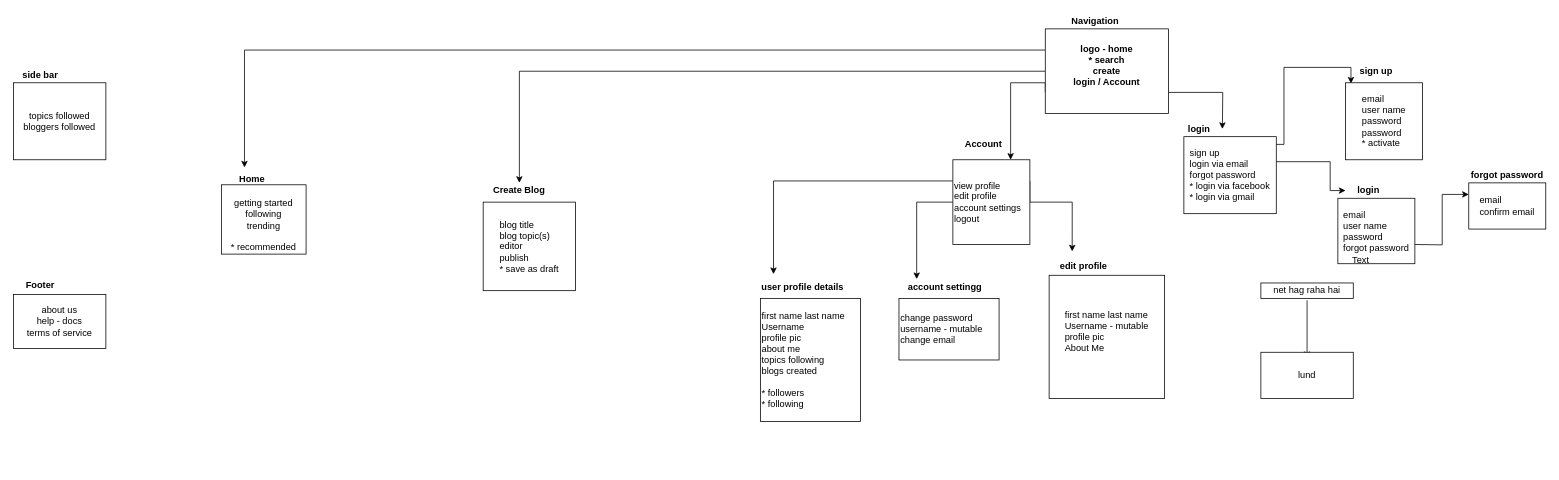
Earlier version of the draw.io diagram doc/first_Diagram.drawio (NikhilistRaj/blog-web-app). Source tidied: cells renumbered, new cells numbered last; positions are measured from the earlier drawing's top-left corner, leaving out a move shared by most shapes. Both pictures are drawn from the tidied source at 77%, with x=0, y=0 at pixel (13, 13).
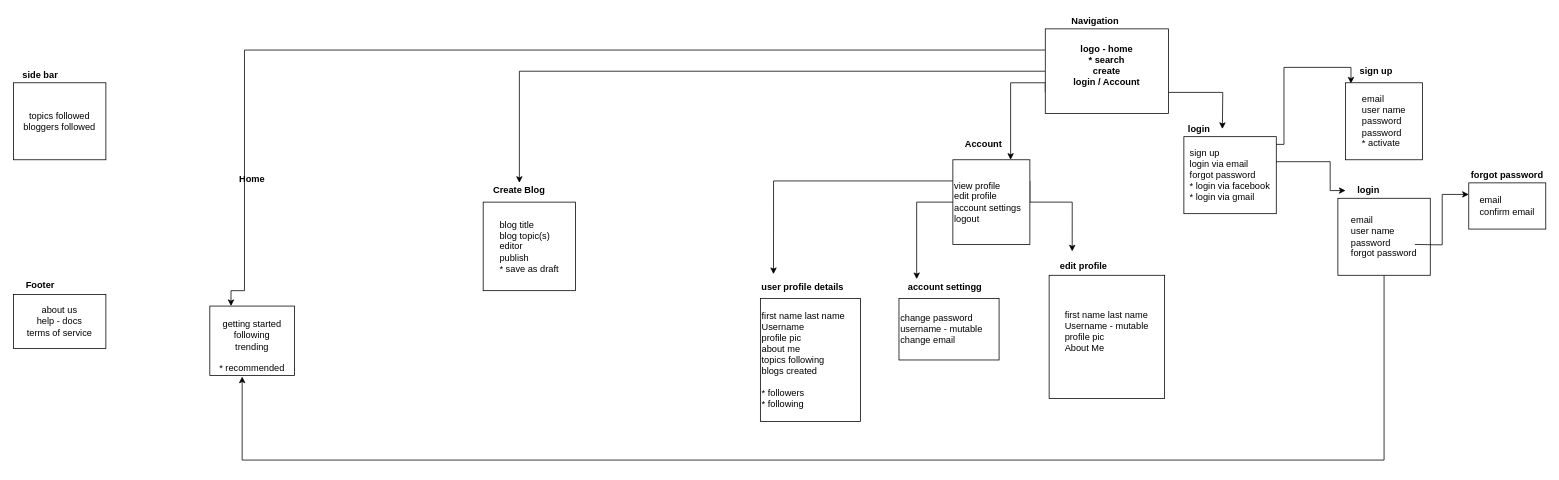
After the change.

Unchanged cells that the change refers to:
```xml
<mxCell id="6" value="&lt;div&gt;&lt;div&gt;&lt;b&gt;logo - home&lt;br&gt;&lt;/b&gt;&lt;/div&gt;&lt;div&gt;&lt;b&gt;* search&lt;/b&gt;&lt;/div&gt;&lt;/div&gt;&lt;div&gt;&lt;b&gt;create&lt;/b&gt;&lt;/div&gt;&lt;div&gt;&lt;b&gt;login / Account&lt;br&gt;&lt;/b&gt;&lt;/div&gt;&lt;div&gt;&lt;br&gt;&lt;/div&gt;" style="rounded=0;whiteSpace=wrap;html=1;" parent="1" vertex="1">
  <mxGeometry x="1340" y="20" width="160" height="110" as="geometry" />
</mxCell>
```

What changed in the source:
```diff
@@
-    <mxCell id="5" style="edgeStyle=orthogonalEdgeStyle;rounded=0;jettySize=auto;html=1;exitX=0;exitY=0.25;exitDx=0;exitDy=0;" parent="1" edge="1" source="6">
+    <mxCell id="5" style="edgeStyle=orthogonalEdgeStyle;rounded=0;jettySize=auto;html=1;exitX=0;exitY=0.25;exitDx=0;exitDy=0;entryX=0.25;entryY=0;entryDx=0;entryDy=0;" parent="1" edge="1" source="6" target="23">
       <mxGeometry relative="1" as="geometry">
-        <mxPoint x="300" y="200" as="targetPoint" />
         <Array as="points">
           <mxPoint x="300" y="48" />
+          <mxPoint x="300" y="360" />
+          <mxPoint x="283" y="360" />
         </Array>
       </mxGeometry>
     </mxCell>
@@
     <mxCell id="23" value="&lt;div&gt;&lt;br&gt;&lt;/div&gt;&lt;div&gt;getting started&lt;br&gt;&lt;/div&gt;&lt;div&gt;following&lt;/div&gt;&lt;div&gt;trending&lt;br&gt;&lt;/div&gt;&lt;div&gt;&lt;br&gt;&lt;/div&gt;&lt;div&gt;* recommended&lt;br&gt;&lt;/div&gt;" style="rounded=0;whiteSpace=wrap;html=1;align=center;" parent="1" vertex="1">
-      <mxGeometry x="270" y="222.5" width="110" height="90" as="geometry" />
+      <mxGeometry x="255" y="380" width="110" height="90" as="geometry" />
     </mxCell>
@@
+    <mxCell id="42" style="edgeStyle=orthogonalEdgeStyle;rounded=0;jettySize=auto;html=1;exitX=0.5;exitY=1;exitDx=0;exitDy=0;entryX=0.382;entryY=1.017;entryDx=0;entryDy=0;entryPerimeter=0;" parent="1" edge="1" source="28" target="23">
+      <mxGeometry relative="1" as="geometry">
+        <Array as="points">
+          <mxPoint x="1780" y="580" />
+          <mxPoint x="297" y="580" />
+        </Array>
+      </mxGeometry>
+    </mxCell>
     <mxCell id="28" value="&lt;div align=&quot;left&quot;&gt;email&lt;/div&gt;&lt;div align=&quot;left&quot;&gt;user name&lt;/div&gt;&lt;div align=&quot;left&quot;&gt;password&lt;/div&gt;&lt;div align=&quot;left&quot;&gt;forgot password&lt;br&gt;&lt;/div&gt;" style="rounded=0;whiteSpace=wrap;html=1;" parent="1" vertex="1">
-      <mxGeometry x="1720" y="240" width="100" height="85" as="geometry" />
+      <mxGeometry x="1720" y="240" width="120" height="100" as="geometry" />
     </mxCell>
@@
-    <mxCell id="38" value="net hag raha hai" style="whiteSpace=wrap;html=1;" parent="1" vertex="1">
-      <mxGeometry x="1620" y="350" width="120" height="20" as="geometry" />
-    </mxCell>
-    <mxCell id="39" value="Text" style="text;html=1;strokeColor=none;fillColor=none;align=center;verticalAlign=middle;whiteSpace=wrap;rounded=0;" parent="1" vertex="1">
-      <mxGeometry x="1730" y="310" width="40" height="20" as="geometry" />
-    </mxCell>
-    <mxCell id="40" style="endArrow=classic;html=1;" parent="1" edge="1">
-      <mxGeometry relative="1" as="geometry">
-        <mxPoint x="1680" y="372.5" as="sourcePoint" />
-        <mxPoint x="1680" y="447.5" as="targetPoint" />
-      </mxGeometry>
-    </mxCell>
-    <mxCell id="41" value="lund" style="rounded=0;whiteSpace=wrap;html=1;" parent="1" vertex="1">
-      <mxGeometry x="1620" y="440" width="120" height="60" as="geometry" />
-    </mxCell>
```
